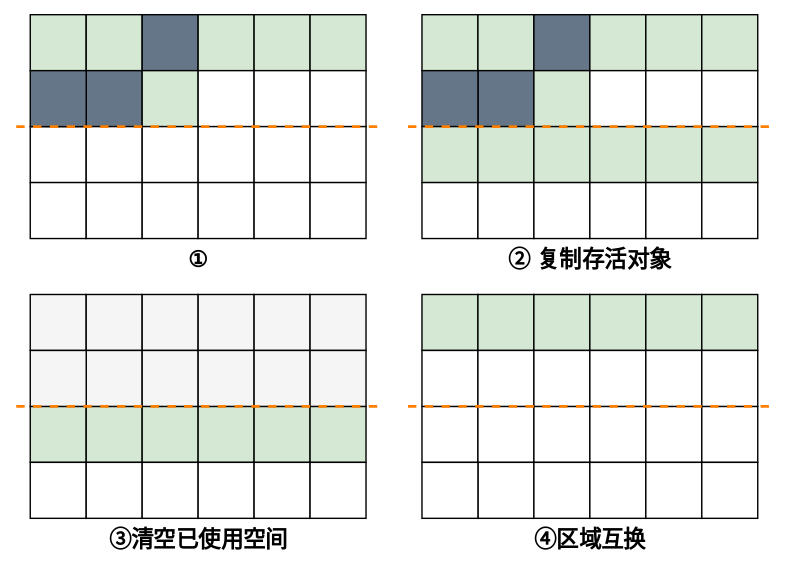
This is Java/JVM/GC回收机制/复制算法.drawio.svg from Developer-Tang/notes, a draw.io export, as it was before one commit. Source tidied: cells renumbered, new cells last; positions are measured from the earlier drawing's top-left corner, leaving out a move shared by most shapes.
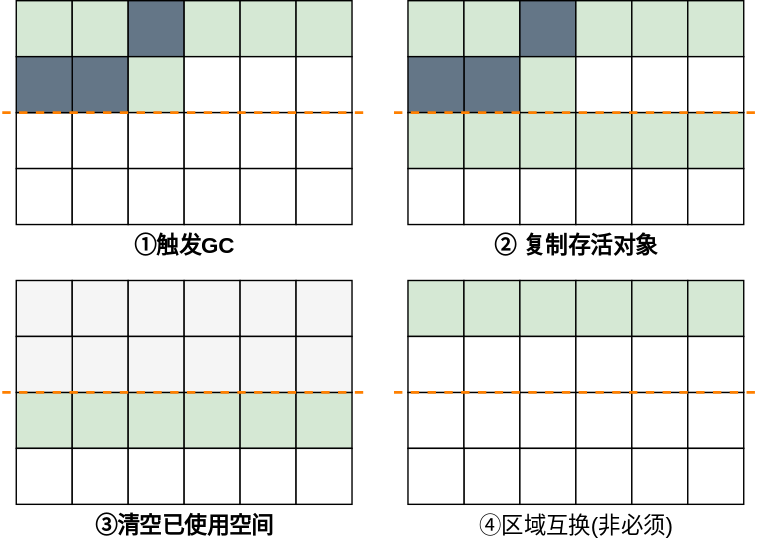
Above is the later version.

The edit, as a diff of the source:
```diff
@@ -290,8 +290,8 @@
     <mxCell id="97" style="rounded=0;whiteSpace=wrap;html=1;fillColor=#647687;strokeColor=#000000;fontColor=#ffffff;fontSize=16;fontStyle=1;" parent="1" vertex="1">
       <mxGeometry x="10" y="40" width="40" height="40" as="geometry" />
     </mxCell>
-    <mxCell id="98" value="①" style="text;html=1;align=center;verticalAlign=middle;strokeColor=none;fillColor=none;fontSize=16;fontStyle=1;" parent="1" vertex="1">
-      <mxGeometry x="110" y="160" width="40" height="30" as="geometry" />
+    <mxCell id="98" value="①触发GC" style="text;html=1;align=center;verticalAlign=middle;strokeColor=none;fillColor=none;fontSize=16;fontStyle=1;" parent="1" vertex="1">
+      <mxGeometry x="80" y="160" width="100" height="30" as="geometry" />
     </mxCell>
     <mxCell id="99" value="② 复制存活对象" style="text;html=1;align=center;verticalAlign=middle;strokeColor=none;fillColor=none;fontSize=16;fontStyle=1;" parent="1" vertex="1">
       <mxGeometry x="340" y="160" width="140" height="30" as="geometry" />
@@ -305,8 +305,8 @@
         <mxPoint x="260" y="280" as="targetPoint" />
       </mxGeometry>
     </mxCell>
-    <mxCell id="102" value="④区域互换" style="text;html=1;align=center;verticalAlign=middle;strokeColor=none;fillColor=none;fontSize=16;fontStyle=1;" parent="1" vertex="1">
-      <mxGeometry x="360" y="360" width="100" height="30" as="geometry" />
+    <mxCell id="102" value="&lt;span style=&quot;font-weight: normal;&quot;&gt;④区域互换(非必须)&lt;/span&gt;" style="text;html=1;align=center;verticalAlign=middle;strokeColor=none;fillColor=none;fontSize=16;fontStyle=1;" parent="1" vertex="1">
+      <mxGeometry x="330" y="360" width="160" height="30" as="geometry" />
     </mxCell>
     <mxCell id="103" style="endArrow=none;dashed=1;html=1;strokeWidth=2;rounded=0;fontSize=16;strokeColor=#FF8000;" parent="1" edge="1">
       <mxGeometry relative="1" as="geometry">
```
